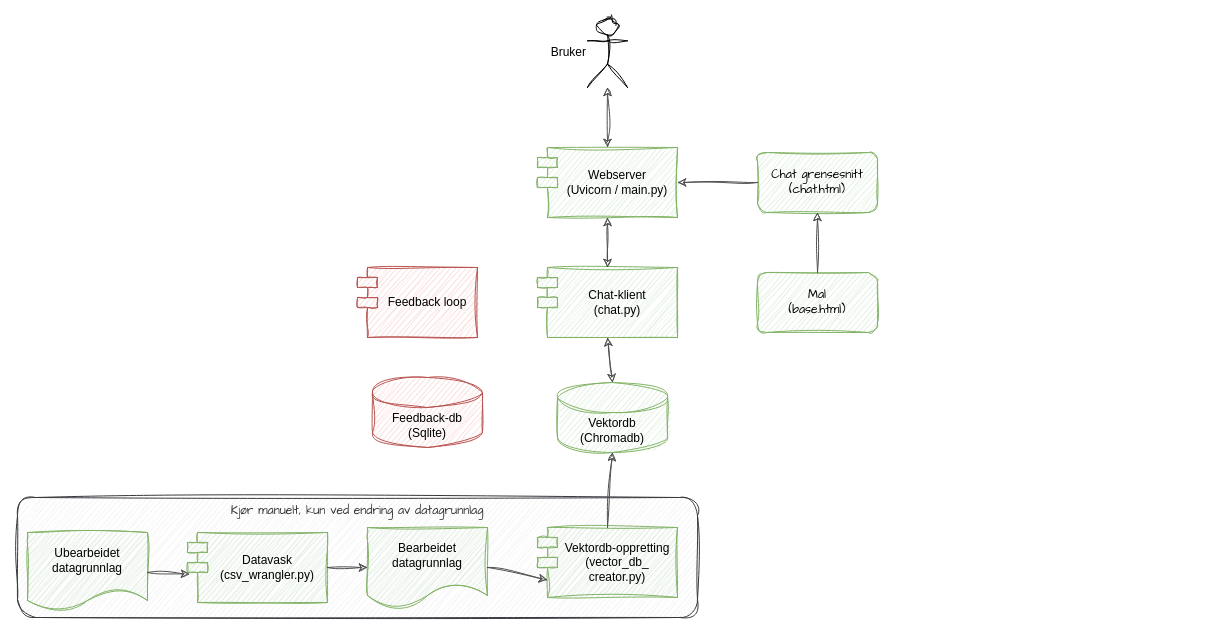
xivind/sandbox keeps this draw.io diagram as diagrams/Architecture.drawio. Above is the earlier version. Source tidied: cells renumbered, new cells numbered last; positions are measured from the earlier drawing's top-left corner, leaving out a move shared by most shapes. Both pictures are drawn from the tidied source at 100%, with x=0, y=0 at pixel (17, 17).
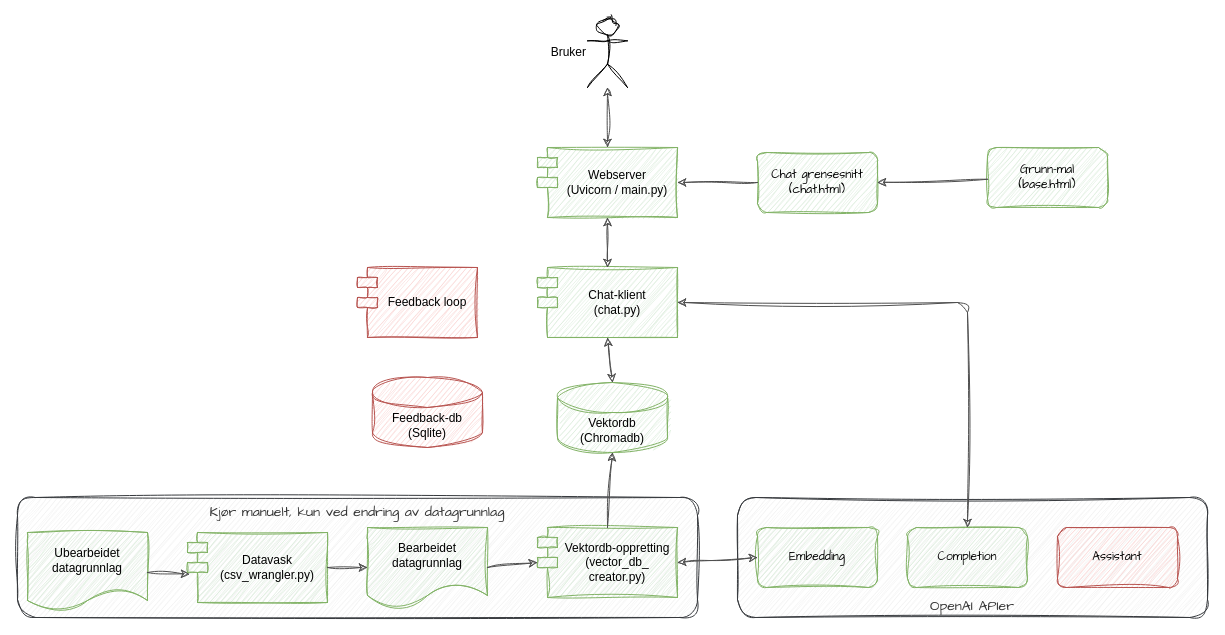
Above is the later version.

Commit message:
Oppdatert med OpenAI APIer

Unchanged cells that the change refers to:
```xml
<mxCell id="4" value="Chat-klient&lt;div&gt;(chat.py)&lt;/div&gt;" style="shape=module;align=left;spacingLeft=20;align=center;verticalAlign=middle;whiteSpace=wrap;html=1;fillColor=#d5e8d4;strokeColor=#82b366;shadow=0;sketch=1;curveFitting=1;jiggle=2;rounded=1;" parent="1" vertex="1">
  <mxGeometry x="520" y="250" width="140" height="70" as="geometry" />
</mxCell>
<mxCell id="11" value="Bearbeidet datagrunnlag" style="shape=document;whiteSpace=wrap;html=1;boundedLbl=1;shadow=0;sketch=1;curveFitting=1;jiggle=2;rounded=1;fillColor=#d5e8d4;strokeColor=#82b366;" parent="1" vertex="1">
  <mxGeometry x="350" y="510" width="120" height="80" as="geometry" />
</mxCell>
<mxCell id="13" value="&lt;div&gt;Vektordb-oppretting&lt;/div&gt;(vector_db_&lt;div&gt;creator.py)&lt;/div&gt;" style="shape=module;align=left;spacingLeft=20;align=center;verticalAlign=middle;whiteSpace=wrap;html=1;fillColor=#d5e8d4;strokeColor=#82b366;shadow=0;sketch=1;curveFitting=1;jiggle=2;rounded=1;" parent="1" vertex="1">
  <mxGeometry x="520" y="510" width="140" height="70" as="geometry" />
</mxCell>
<mxCell id="16" value="&lt;div&gt;Chat grensesnitt&lt;/div&gt;(chat.html)" style="rounded=1;whiteSpace=wrap;html=1;sketch=1;hachureGap=4;jiggle=2;curveFitting=1;fontFamily=Architects Daughter;fillColor=#d5e8d4;strokeColor=#82b366;shadow=0;" parent="1" vertex="1">
  <mxGeometry x="740" y="135" width="120" height="60" as="geometry" />
</mxCell>
```

Change to the diagram source:
```diff
@@
-    <mxCell id="2" value="&lt;span style=&quot;color: rgb(51, 51, 51);&quot;&gt;Kjør manuelt, kun ved endring av datagrunnlag&lt;/span&gt;" style="rounded=1;whiteSpace=wrap;html=1;sketch=1;hachureGap=4;jiggle=2;curveFitting=1;fontFamily=Architects Daughter;shadow=0;fillColor=#eeeeee;strokeColor=#36393d;verticalAlign=top;" parent="1" vertex="1">
+    <mxCell id="2" value="&lt;span style=&quot;color: rgb(51, 51, 51);&quot;&gt;&lt;font style=&quot;font-size: 14px;&quot;&gt;Kjør manuelt, kun ved endring av datagrunnlag&lt;/font&gt;&lt;/span&gt;" style="rounded=1;whiteSpace=wrap;html=1;sketch=1;hachureGap=4;jiggle=2;curveFitting=1;fontFamily=Architects Daughter;shadow=0;fillColor=#eeeeee;strokeColor=#36393d;verticalAlign=top;" parent="1" vertex="1">
       <mxGeometry y="480" width="680" height="120" as="geometry" />
     </mxCell>
@@
-    <mxCell id="14" style="endArrow=classic;html=1;rounded=1;strokeColor=#4F4F4F;shadow=0;sketch=1;curveFitting=1;jiggle=2;exitX=1;exitY=0.5;exitDx=0;exitDy=0;entryX=0;entryY=0.75;entryDx=10;entryDy=0;entryPerimeter=0;" parent="1" edge="1" source="11" target="13">
+    <mxCell id="14" style="endArrow=classic;html=1;rounded=1;strokeColor=#4F4F4F;shadow=0;sketch=1;curveFitting=1;jiggle=2;exitX=1;exitY=0.5;exitDx=0;exitDy=0;entryX=0;entryY=0;entryDx=0;entryDy=35;entryPerimeter=0;" parent="1" edge="1" source="11" target="13">
       <mxGeometry relative="1" as="geometry" />
     </mxCell>
@@
-    <mxCell id="17" value="&lt;div&gt;Mal&lt;/div&gt;&lt;div&gt;&lt;span style=&quot;background-color: initial;&quot;&gt;(base.html)&lt;/span&gt;&lt;/div&gt;" style="rounded=1;whiteSpace=wrap;html=1;sketch=1;hachureGap=4;jiggle=2;curveFitting=1;fontFamily=Architects Daughter;fillColor=#d5e8d4;strokeColor=#82b366;shadow=0;" parent="1" vertex="1">
-      <mxGeometry x="740" y="255" width="120" height="60" as="geometry" />
+    <mxCell id="17" value="&lt;div&gt;Grunn-mal&lt;/div&gt;&lt;div&gt;&lt;span style=&quot;background-color: initial;&quot;&gt;(base.html)&lt;/span&gt;&lt;/div&gt;" style="rounded=1;whiteSpace=wrap;html=1;sketch=1;hachureGap=4;jiggle=2;curveFitting=1;fontFamily=Architects Daughter;fillColor=#d5e8d4;strokeColor=#82b366;shadow=0;" parent="1" vertex="1">
+      <mxGeometry x="970" y="130" width="120" height="60" as="geometry" />
     </mxCell>
-    <mxCell id="18" style="endArrow=classic;html=1;rounded=1;entryX=0.5;entryY=1;entryDx=0;entryDy=0;strokeColor=#4F4F4F;shadow=0;sketch=1;curveFitting=1;jiggle=2;" parent="1" edge="1" source="17" target="16">
+    <mxCell id="18" style="endArrow=classic;html=1;rounded=1;entryX=1;entryY=0.5;entryDx=0;entryDy=0;strokeColor=#4F4F4F;shadow=0;sketch=1;curveFitting=1;jiggle=2;" parent="1" edge="1" source="17" target="16">
       <mxGeometry relative="1" as="geometry" />
     </mxCell>
@@
+    <mxCell id="24" value="&lt;span style=&quot;color: rgb(51, 51, 51);&quot;&gt;&lt;font style=&quot;font-size: 14px;&quot;&gt;OpenAI APIer&lt;/font&gt;&lt;/span&gt;" style="rounded=1;whiteSpace=wrap;html=1;sketch=1;hachureGap=4;jiggle=2;curveFitting=1;fontFamily=Architects Daughter;shadow=0;fillColor=#eeeeee;strokeColor=#36393d;verticalAlign=bottom;" parent="1" vertex="1">
+      <mxGeometry x="720" y="480" width="470" height="120" as="geometry" />
+    </mxCell>
+    <mxCell id="25" value="&lt;div&gt;Embedding&lt;/div&gt;" style="rounded=1;whiteSpace=wrap;html=1;sketch=1;hachureGap=4;jiggle=2;curveFitting=1;fontFamily=Architects Daughter;fillColor=#d5e8d4;strokeColor=#82b366;shadow=0;" parent="1" vertex="1">
+      <mxGeometry x="740" y="510" width="120" height="60" as="geometry" />
+    </mxCell>
+    <mxCell id="26" value="&lt;div&gt;Completion&lt;/div&gt;" style="rounded=1;whiteSpace=wrap;html=1;sketch=1;hachureGap=4;jiggle=2;curveFitting=1;fontFamily=Architects Daughter;fillColor=#d5e8d4;strokeColor=#82b366;shadow=0;" parent="1" vertex="1">
+      <mxGeometry x="890" y="510" width="120" height="60" as="geometry" />
+    </mxCell>
+    <mxCell id="27" value="&lt;div&gt;Assistant&lt;/div&gt;" style="rounded=1;whiteSpace=wrap;html=1;sketch=1;hachureGap=4;jiggle=2;curveFitting=1;fontFamily=Architects Daughter;fillColor=#f8cecc;strokeColor=#b85450;shadow=0;" parent="1" vertex="1">
+      <mxGeometry x="1040" y="510" width="120" height="60" as="geometry" />
+    </mxCell>
+    <mxCell id="28" style="endArrow=classic;html=1;rounded=1;strokeColor=#4F4F4F;shadow=0;sketch=1;curveFitting=1;jiggle=2;startArrow=classic;startFill=1;exitX=1;exitY=0.5;exitDx=0;exitDy=0;entryX=0;entryY=0.5;entryDx=0;entryDy=0;" parent="1" edge="1" source="13" target="25">
+      <mxGeometry relative="1" as="geometry" />
+    </mxCell>
+    <mxCell id="29" style="endArrow=classic;html=1;rounded=1;strokeColor=#4F4F4F;shadow=0;sketch=1;curveFitting=1;jiggle=2;startArrow=classic;startFill=1;exitX=0.5;exitY=0;exitDx=0;exitDy=0;entryX=1;entryY=0.5;entryDx=0;entryDy=0;edgeStyle=orthogonalEdgeStyle;" parent="1" edge="1" source="26" target="4">
+      <mxGeometry relative="1" as="geometry" />
+    </mxCell>
```
